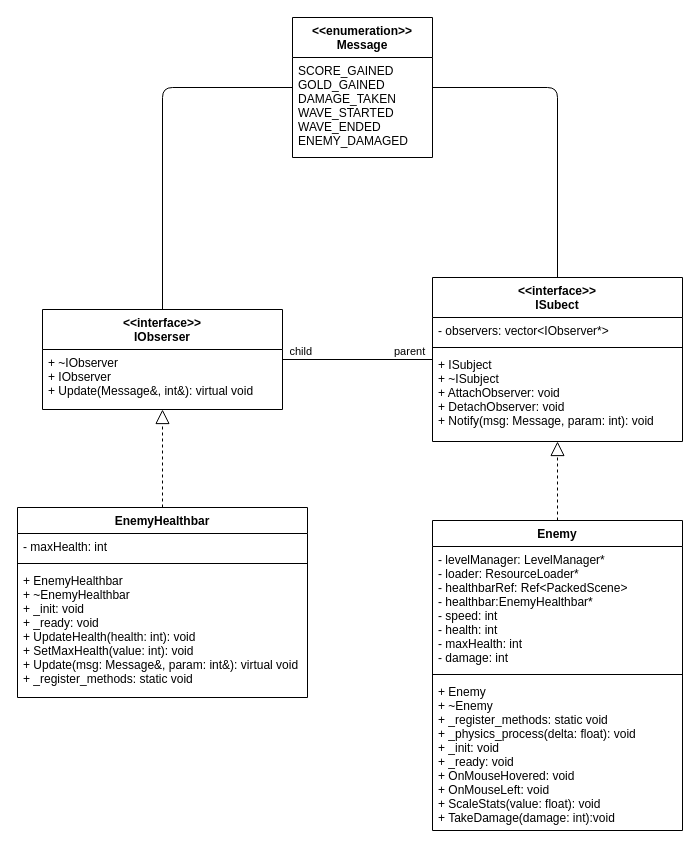
Earlier version of the draw.io diagram page "Enemy Healthbar" (4 of 4) of UMLDiagram.drawio (foreboding-sky/RainbowLands). Source tidied: cells renumbered, new cells numbered last; positions are measured from the earlier drawing's top-left corner, leaving out a move shared by most shapes. Both pictures are drawn from the tidied source at 100%, with x=0, y=0 at pixel (17, 17).
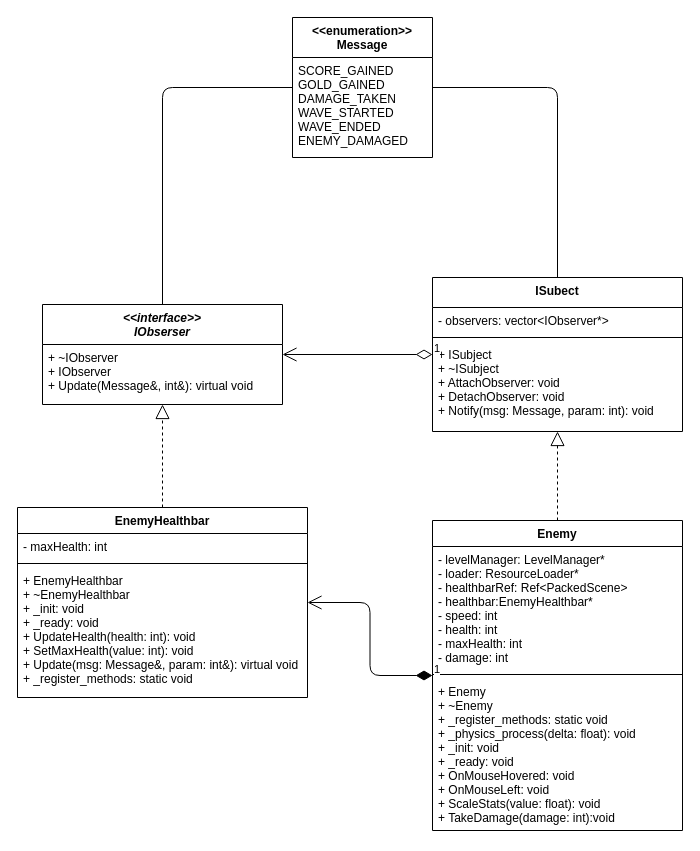
Above is the later version.

The change refers to these unchanged cells:
```xml
<mxCell id="8" value="Enemy" style="swimlane;fontStyle=1;align=center;verticalAlign=top;horizontal=1;startSize=26;" parent="1" vertex="1">
  <mxGeometry x="415" y="503" width="250" height="310" as="geometry" />
</mxCell>
<mxCell id="12" value="EnemyHealthbar" style="swimlane;fontStyle=1;align=center;verticalAlign=top;horizontal=1;startSize=26;" parent="1" vertex="1">
  <mxGeometry y="490" width="290" height="190" as="geometry" />
</mxCell>
```

Change to the diagram source:
```diff
@@
-    <mxCell id="2" value="&lt;&lt;interface&gt;&gt;&#10;IObserser" style="swimlane;fontStyle=1;align=center;verticalAlign=top;horizontal=1;startSize=40;" parent="1" vertex="1">
-      <mxGeometry x="25" y="292" width="240" height="100" as="geometry" />
+    <mxCell id="2" value="&lt;&lt;interface&gt;&gt;&#10;IObserser" style="swimlane;fontStyle=3;align=center;verticalAlign=top;horizontal=1;startSize=40;" parent="1" vertex="1">
+      <mxGeometry x="25" y="287" width="240" height="100" as="geometry" />
     </mxCell>
@@
-    <mxCell id="4" value="&lt;&lt;interface&gt;&gt;&#10;ISubect" style="swimlane;fontStyle=1;align=center;verticalAlign=top;horizontal=1;startSize=40;" parent="1" vertex="1">
-      <mxGeometry x="415" y="260" width="250" height="164" as="geometry" />
+    <mxCell id="4" value="ISubect" style="swimlane;fontStyle=1;align=center;verticalAlign=top;horizontal=1;startSize=30;" parent="1" vertex="1">
+      <mxGeometry x="415" y="260" width="250" height="154" as="geometry" />
     </mxCell>
     <mxCell id="5" value="- observers: vector&lt;IObserver*&gt;" style="text;strokeColor=none;fillColor=none;align=left;verticalAlign=top;spacingLeft=4;spacingRight=4;overflow=hidden;" parent="4" vertex="1">
-      <mxGeometry y="40" width="250" height="26" as="geometry" />
+      <mxGeometry y="30" width="250" height="26" as="geometry" />
     </mxCell>
     <mxCell id="6" style="line;strokeWidth=1;fillColor=none;align=left;verticalAlign=middle;spacingTop=-1;spacingLeft=3;spacingRight=3;labelPosition=right;" parent="4" vertex="1">
-      <mxGeometry y="66" width="250" height="8" as="geometry" />
+      <mxGeometry y="56" width="250" height="8" as="geometry" />
     </mxCell>
     <mxCell id="7" value="+ ISubject&#10;+ ~ISubject&#10;+ AttachObserver: void&#10;+ DetachObserver: void&#10;+ Notify(msg: Message, param: int): void" style="text;strokeColor=none;fillColor=none;align=left;verticalAlign=top;spacingLeft=4;spacingRight=4;overflow=hidden;" parent="4" vertex="1">
-      <mxGeometry y="74" width="250" height="90" as="geometry" />
+      <mxGeometry y="64" width="250" height="90" as="geometry" />
     </mxCell>
@@
-    <mxCell id="18" style="endArrow=none;html=1;edgeStyle=orthogonalEdgeStyle;" parent="1" edge="1" source="4" target="2">
-      <mxGeometry relative="1" as="geometry" />
-    </mxCell>
-    <mxCell id="19" value="parent" style="edgeLabel;html=1;align=left;verticalAlign=bottom;" parent="18" vertex="1">
-      <mxGeometry x="-1" relative="1" as="geometry">
-        <mxPoint x="-40" as="offset" />
-      </mxGeometry>
-    </mxCell>
-    <mxCell id="20" value="child" style="edgeLabel;html=1;align=right;verticalAlign=bottom;" parent="18" vertex="1">
-      <mxGeometry x="1" relative="1" as="geometry">
-        <mxPoint x="30" as="offset" />
-      </mxGeometry>
-    </mxCell>
@@
+    <mxCell id="25" value="1" style="endArrow=open;html=1;endSize=12;startArrow=diamondThin;startSize=14;startFill=1;edgeStyle=orthogonalEdgeStyle;align=left;verticalAlign=bottom;" parent="1" edge="1" source="8" target="12">
+      <mxGeometry x="-1" y="3" relative="1" as="geometry" />
+    </mxCell>
+    <mxCell id="18" value="1" style="endArrow=open;html=1;endSize=12;startArrow=diamondThin;startSize=14;startFill=0;edgeStyle=orthogonalEdgeStyle;align=left;verticalAlign=bottom;" parent="1" edge="1" source="4" target="2">
+      <mxGeometry x="-1" y="3" relative="1" as="geometry" />
+    </mxCell>
```
